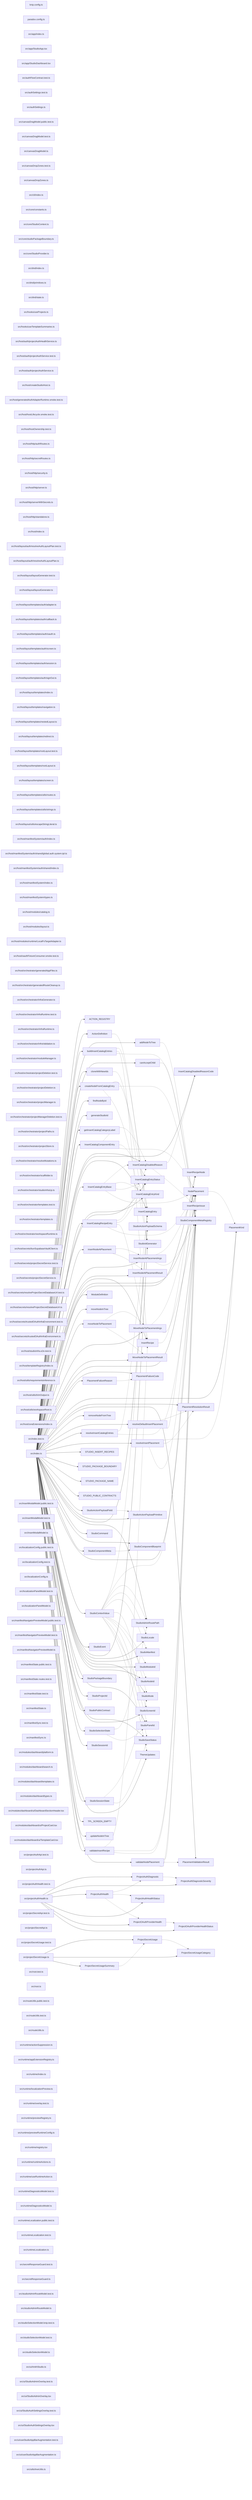
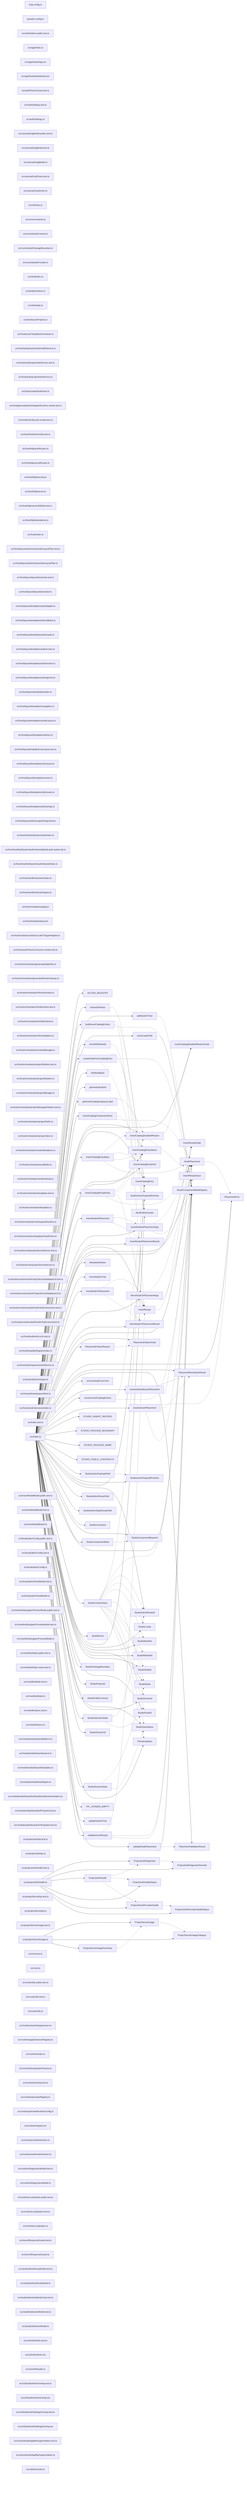
graph LR
  module_knip_config_ts["knip.config.ts"]
  module_paradox_config_ts["paradox.config.ts"]
+   module_src_ankhAdmin_public_test_ts["src/ankhAdmin.public.test.ts"]
  module_src_app_index_ts["src/app/index.ts"]
  module_src_app_StudioApp_tsx["src/app/StudioApp.tsx"]
  module_src_app_StudioDashboard_tsx["src/app/StudioDashboard.tsx"]
  module_src_authFlowContract_test_ts["src/authFlowContract.test.ts"]
  module_src_authSettings_test_ts["src/authSettings.test.ts"]
  module_src_authSettings_ts["src/authSettings.ts"]
  module_src_canvasDragModel_public_test_ts["src/canvasDragModel.public.test.ts"]
  module_src_canvasDragModel_test_ts["src/canvasDragModel.test.ts"]
  module_src_canvasDragModel_ts["src/canvasDragModel.ts"]
  module_src_canvasDropZones_test_ts["src/canvasDropZones.test.ts"]
  module_src_canvasDropZones_ts["src/canvasDropZones.ts"]
  module_src_cli_index_ts["src/cli/index.ts"]
  module_src_core_constants_ts["src/core/constants.ts"]
  module_src_core_StudioContext_ts["src/core/StudioContext.ts"]
  module_src_core_studioPackageBoundary_ts["src/core/studioPackageBoundary.ts"]
  module_src_core_StudioProvider_ts["src/core/StudioProvider.ts"]
  module_src_dnd_index_ts["src/dnd/index.ts"]
  module_src_dnd_primitives_ts["src/dnd/primitives.ts"]
  module_src_dnd_state_ts["src/dnd/state.ts"]
  module_src_hooks_useProjects_ts["src/hooks/useProjects.ts"]
  module_src_hooks_useTemplateSummaries_ts["src/hooks/useTemplateSummaries.ts"]
  module_src_host_auth_projectAuthHealthService_ts["src/host/auth/projectAuthHealthService.ts"]
  module_src_host_auth_projectAuthService_test_ts["src/host/auth/projectAuthService.test.ts"]
  module_src_host_auth_projectAuthService_ts["src/host/auth/projectAuthService.ts"]
  module_src_host_createStudioHost_ts["src/host/createStudioHost.ts"]
  module_src_host_generatedAuthAdapterRuntime_smoke_test_ts["src/host/generatedAuthAdapterRuntime.smoke.test.ts"]
  module_src_host_hostLifecycle_smoke_test_ts["src/host/hostLifecycle.smoke.test.ts"]
  module_src_host_hostOwnership_test_ts["src/host/hostOwnership.test.ts"]
  module_src_host_http_authRoutes_ts["src/host/http/authRoutes.ts"]
  module_src_host_http_secretRoutes_ts["src/host/http/secretRoutes.ts"]
  module_src_host_http_security_ts["src/host/http/security.ts"]
  module_src_host_http_server_ts["src/host/http/server.ts"]
  module_src_host_http_serverWithSecrets_ts["src/host/http/serverWithSecrets.ts"]
  module_src_host_http_standalone_ts["src/host/http/standalone.ts"]
  module_src_host_index_ts["src/host/index.ts"]
  module_src_host_layout_auth_resolveAuthLayoutPlan_test_ts["src/host/layout/auth/resolveAuthLayoutPlan.test.ts"]
  module_src_host_layout_auth_resolveAuthLayoutPlan_ts["src/host/layout/auth/resolveAuthLayoutPlan.ts"]
  module_src_host_layout_layoutGenerator_test_ts["src/host/layout/layoutGenerator.test.ts"]
  module_src_host_layout_layoutGenerator_ts["src/host/layout/layoutGenerator.ts"]
  module_src_host_layout_templates_auth_adapter_ts["src/host/layout/templates/auth/adapter.ts"]
  module_src_host_layout_templates_auth_callback_ts["src/host/layout/templates/auth/callback.ts"]
  module_src_host_layout_templates_auth_oauth_ts["src/host/layout/templates/auth/oauth.ts"]
  module_src_host_layout_templates_auth_screen_ts["src/host/layout/templates/auth/screen.ts"]
  module_src_host_layout_templates_auth_session_ts["src/host/layout/templates/auth/session.ts"]
  module_src_host_layout_templates_auth_signOut_ts["src/host/layout/templates/auth/signOut.ts"]
  module_src_host_layout_templates_index_ts["src/host/layout/templates/index.ts"]
  module_src_host_layout_templates_navigation_ts["src/host/layout/templates/navigation.ts"]
  module_src_host_layout_templates_nestedLayout_ts["src/host/layout/templates/nestedLayout.ts"]
  module_src_host_layout_templates_redirect_ts["src/host/layout/templates/redirect.ts"]
  module_src_host_layout_templates_rootLayout_test_ts["src/host/layout/templates/rootLayout.test.ts"]
  module_src_host_layout_templates_rootLayout_ts["src/host/layout/templates/rootLayout.ts"]
  module_src_host_layout_templates_screen_ts["src/host/layout/templates/screen.ts"]
  module_src_host_layout_templates_utils_routes_ts["src/host/layout/templates/utils/routes.ts"]
  module_src_host_layout_templates_utils_strings_ts["src/host/layout/templates/utils/strings.ts"]
  module_src_host_layout_utils_escapeStringLiteral_ts["src/host/layout/utils/escapeStringLiteral.ts"]
  module_src_host_manifestSystem_auth_index_ts["src/host/manifestSystem/auth/index.ts"]
  module_src_host_manifestSystem_auth_shared_global_auth_system_tpl_ts["src/host/manifestSystem/auth/shared/global.auth.system.tpl.ts"]
  module_src_host_manifestSystem_auth_shared_index_ts["src/host/manifestSystem/auth/shared/index.ts"]
  module_src_host_manifestSystem_index_ts["src/host/manifestSystem/index.ts"]
  module_src_host_manifestSystem_types_ts["src/host/manifestSystem/types.ts"]
  module_src_host_modules_catalog_ts["src/host/modules/catalog.ts"]
  module_src_host_modules_layout_ts["src/host/modules/layout.ts"]
  module_src_host_modules_runtime_LocalFsTargetAdapter_ts["src/host/modules/runtime/LocalFsTargetAdapter.ts"]
  module_src_host_oauthFixtureConsumer_smoke_test_ts["src/host/oauthFixtureConsumer.smoke.test.ts"]
  module_src_host_orchestrator_generatedAppFiles_ts["src/host/orchestrator/generatedAppFiles.ts"]
  module_src_host_orchestrator_generatedRouteCleanup_ts["src/host/orchestrator/generatedRouteCleanup.ts"]
  module_src_host_orchestrator_infraGenerator_ts["src/host/orchestrator/infraGenerator.ts"]
  module_src_host_orchestrator_infraRuntime_test_ts["src/host/orchestrator/infraRuntime.test.ts"]
  module_src_host_orchestrator_infraRuntime_ts["src/host/orchestrator/infraRuntime.ts"]
  module_src_host_orchestrator_infraValidation_ts["src/host/orchestrator/infraValidation.ts"]
  module_src_host_orchestrator_moduleManager_ts["src/host/orchestrator/moduleManager.ts"]
  module_src_host_orchestrator_projectDeletion_test_ts["src/host/orchestrator/projectDeletion.test.ts"]
  module_src_host_orchestrator_projectDeletion_ts["src/host/orchestrator/projectDeletion.ts"]
  module_src_host_orchestrator_projectManager_ts["src/host/orchestrator/projectManager.ts"]
  module_src_host_orchestrator_projectManagerDeletion_test_ts["src/host/orchestrator/projectManagerDeletion.test.ts"]
  module_src_host_orchestrator_projectPaths_ts["src/host/orchestrator/projectPaths.ts"]
  module_src_host_orchestrator_projectStore_ts["src/host/orchestrator/projectStore.ts"]
  module_src_host_orchestrator_resolveMutations_ts["src/host/orchestrator/resolveMutations.ts"]
  module_src_host_orchestrator_scaffolder_ts["src/host/orchestrator/scaffolder.ts"]
  module_src_host_orchestrator_studioInfraUp_ts["src/host/orchestrator/studioInfraUp.ts"]
  module_src_host_orchestrator_templates_test_ts["src/host/orchestrator/templates.test.ts"]
  module_src_host_orchestrator_templates_ts["src/host/orchestrator/templates.ts"]
  module_src_host_orchestrator_workspaceRuntime_ts["src/host/orchestrator/workspaceRuntime.ts"]
  module_src_host_secrets_bunSupabaseVaultClient_ts["src/host/secrets/bunSupabaseVaultClient.ts"]
  module_src_host_secrets_projectSecretService_test_ts["src/host/secrets/projectSecretService.test.ts"]
  module_src_host_secrets_projectSecretService_ts["src/host/secrets/projectSecretService.ts"]
  module_src_host_secrets_resolveProjectSecretDatabaseUrl_test_ts["src/host/secrets/resolveProjectSecretDatabaseUrl.test.ts"]
  module_src_host_secrets_resolveProjectSecretDatabaseUrl_ts["src/host/secrets/resolveProjectSecretDatabaseUrl.ts"]
  module_src_host_secrets_trustedOAuthInfraEnvironment_test_ts["src/host/secrets/trustedOAuthInfraEnvironment.test.ts"]
  module_src_host_secrets_trustedOAuthInfraEnvironment_ts["src/host/secrets/trustedOAuthInfraEnvironment.ts"]
  module_src_host_studioInfra_e2e_test_ts["src/host/studioInfra.e2e.test.ts"]
  module_src_host_templateRegistry_index_ts["src/host/templateRegistry/index.ts"]
  module_src_host_utils_requirementsInference_ts["src/host/utils/requirementsInference.ts"]
  module_src_host_utils_trimOutput_ts["src/host/utils/trimOutput.ts"]
  module_src_host_utils_workspaceRoot_ts["src/host/utils/workspaceRoot.ts"]
  module_src_host_zoraExtensions_index_ts["src/host/zoraExtensions/index.ts"]
  module_src_index_test_ts["src/index.test.ts"]
  module_src_index_ts["src/index.ts"]
  module_src_insertModalModel_public_test_ts["src/insertModalModel.public.test.ts"]
  module_src_insertModalModel_test_ts["src/insertModalModel.test.ts"]
  module_src_insertModalModel_ts["src/insertModalModel.ts"]
  module_src_localizationConfig_public_test_ts["src/localizationConfig.public.test.ts"]
  module_src_localizationConfig_test_ts["src/localizationConfig.test.ts"]
  module_src_localizationConfig_ts["src/localizationConfig.ts"]
  module_src_localizationPanelModel_test_ts["src/localizationPanelModel.test.ts"]
  module_src_localizationPanelModel_ts["src/localizationPanelModel.ts"]
  module_src_manifestNavigatorPreviewModel_public_test_ts["src/manifestNavigatorPreviewModel.public.test.ts"]
  module_src_manifestNavigatorPreviewModel_test_ts["src/manifestNavigatorPreviewModel.test.ts"]
  module_src_manifestNavigatorPreviewModel_ts["src/manifestNavigatorPreviewModel.ts"]
  module_src_manifestState_public_test_ts["src/manifestState.public.test.ts"]
  module_src_manifestState_routes_test_ts["src/manifestState.routes.test.ts"]
  module_src_manifestState_test_ts["src/manifestState.test.ts"]
  module_src_manifestState_ts["src/manifestState.ts"]
  module_src_manifestSync_test_ts["src/manifestSync.test.ts"]
  module_src_manifestSync_ts["src/manifestSync.ts"]
  module_src_modules_dashboard_platform_ts["src/modules/dashboard/platform.ts"]
  module_src_modules_dashboard_search_ts["src/modules/dashboard/search.ts"]
  module_src_modules_dashboard_templates_ts["src/modules/dashboard/templates.ts"]
  module_src_modules_dashboard_types_ts["src/modules/dashboard/types.ts"]
  module_src_modules_dashboard_ui_DashboardSectionHeader_tsx["src/modules/dashboard/ui/DashboardSectionHeader.tsx"]
  module_src_modules_dashboard_ui_ProjectCard_tsx["src/modules/dashboard/ui/ProjectCard.tsx"]
  module_src_modules_dashboard_ui_TemplateCard_tsx["src/modules/dashboard/ui/TemplateCard.tsx"]
  module_src_projectAuthApi_test_ts["src/projectAuthApi.test.ts"]
  module_src_projectAuthApi_ts["src/projectAuthApi.ts"]
  module_src_projectAuthHealth_test_ts["src/projectAuthHealth.test.ts"]
  module_src_projectAuthHealth_ts["src/projectAuthHealth.ts"]
  module_src_projectSecretApi_test_ts["src/projectSecretApi.test.ts"]
  module_src_projectSecretApi_ts["src/projectSecretApi.ts"]
  module_src_projectSecretUsage_test_ts["src/projectSecretUsage.test.ts"]
  module_src_projectSecretUsage_ts["src/projectSecretUsage.ts"]
  module_src_root_test_ts["src/root.test.ts"]
  module_src_root_ts["src/root.ts"]
  module_src_routeUtils_public_test_ts["src/routeUtils.public.test.ts"]
  module_src_routeUtils_test_ts["src/routeUtils.test.ts"]
  module_src_routeUtils_ts["src/routeUtils.ts"]
  module_src_runtime_actionSuppression_ts["src/runtime/actionSuppression.ts"]
  module_src_runtime_appExtensionRegistry_ts["src/runtime/appExtensionRegistry.ts"]
  module_src_runtime_index_ts["src/runtime/index.ts"]
  module_src_runtime_localizationPreview_ts["src/runtime/localizationPreview.ts"]
  module_src_runtime_overlay_test_ts["src/runtime/overlay.test.ts"]
  module_src_runtime_previewRegistry_ts["src/runtime/previewRegistry.ts"]
  module_src_runtime_previewRuntimeConfig_ts["src/runtime/previewRuntimeConfig.ts"]
  module_src_runtime_registry_tsx["src/runtime/registry.tsx"]
  module_src_runtime_runtimeActions_ts["src/runtime/runtimeActions.ts"]
  module_src_runtime_useRuntimeAction_ts["src/runtime/useRuntimeAction.ts"]
  module_src_runtimeDiagnosticsModel_test_ts["src/runtimeDiagnosticsModel.test.ts"]
  module_src_runtimeDiagnosticsModel_ts["src/runtimeDiagnosticsModel.ts"]
  module_src_runtimeLocalization_public_test_ts["src/runtimeLocalization.public.test.ts"]
  module_src_runtimeLocalization_test_ts["src/runtimeLocalization.test.ts"]
  module_src_runtimeLocalization_ts["src/runtimeLocalization.ts"]
  module_src_secretResponseGuard_test_ts["src/secretResponseGuard.test.ts"]
  module_src_secretResponseGuard_ts["src/secretResponseGuard.ts"]
  module_src_studioAdminRouteModel_test_ts["src/studioAdminRouteModel.test.ts"]
  module_src_studioAdminRouteModel_ts["src/studioAdminRouteModel.ts"]
  module_src_studioSelectionModel_knip_test_ts["src/studioSelectionModel.knip.test.ts"]
  module_src_studioSelectionModel_test_ts["src/studioSelectionModel.test.ts"]
  module_src_studioSelectionModel_ts["src/studioSelectionModel.ts"]
+   module_src_ui_AnkhAdmin_test_ts["src/ui/AnkhAdmin.test.ts"]
+   module_src_ui_AnkhAdmin_tsx["src/ui/AnkhAdmin.tsx"]
  module_src_ui_AnkhStudio_ts["src/ui/AnkhStudio.ts"]
  module_src_ui_StudioAdminOverlay_test_ts["src/ui/StudioAdminOverlay.test.ts"]
  module_src_ui_StudioAdminOverlay_tsx["src/ui/StudioAdminOverlay.tsx"]
  module_src_ui_StudioAuthSettingsOverlay_test_ts["src/ui/StudioAuthSettingsOverlay.test.ts"]
  module_src_ui_StudioAuthSettingsOverlay_tsx["src/ui/StudioAuthSettingsOverlay.tsx"]
  module_src_ui_useStudioAppBarAugmentation_test_ts["src/ui/useStudioAppBarAugmentation.test.ts"]
  module_src_ui_useStudioAppBarAugmentation_ts["src/ui/useStudioAppBarAugmentation.ts"]
  module_src_utils_treeUtils_ts["src/utils/treeUtils.ts"]
  export_ACTION_REGISTRY["ACTION_REGISTRY"]
  module_src_index_ts --> export_ACTION_REGISTRY
  export_ActionDefinition["ActionDefinition"]
  module_src_index_ts --> export_ActionDefinition
  export_ActionDefinition -.-> export_StudioActionPayloadSchema
  export_addNodeToTree["addNodeToTree"]
  module_src_index_ts --> export_addNodeToTree
  export_addNodeToTree -.-> export_StudioComponentMetaRegistry
  export_buildInsertCatalogEntries["buildInsertCatalogEntries"]
  module_src_index_ts --> export_buildInsertCatalogEntries
  export_buildInsertCatalogEntries -.-> export_InsertCatalogEntry
  export_buildInsertCatalogEntries -.-> export_InsertRecipe
  export_buildInsertCatalogEntries -.-> export_StudioComponentMetaRegistry
  export_canAcceptChild["canAcceptChild"]
  module_src_index_ts --> export_canAcceptChild
  export_canAcceptChild -.-> export_StudioComponentMetaRegistry
  export_cloneWithNewIds["cloneWithNewIds"]
  module_src_index_ts --> export_cloneWithNewIds
  export_cloneWithNewIds -.-> export_StudioIdGenerator
  export_createNodeFromCatalogEntry["createNodeFromCatalogEntry"]
  module_src_index_ts --> export_createNodeFromCatalogEntry
  export_createNodeFromCatalogEntry -.-> export_InsertCatalogEntry
  export_createNodeFromCatalogEntry -.-> export_StudioComponentMetaRegistry
  export_createNodeFromCatalogEntry -.-> export_StudioIdGenerator
  export_findNodeById["findNodeById"]
  module_src_index_ts --> export_findNodeById
  export_generateStudioId["generateStudioId"]
  module_src_index_ts --> export_generateStudioId
  export_getInsertCatalogCategoryLabel["getInsertCatalogCategoryLabel"]
  module_src_index_ts --> export_getInsertCatalogCategoryLabel
  export_InsertCatalogComponentEntry["InsertCatalogComponentEntry"]
  module_src_index_ts --> export_InsertCatalogComponentEntry
  export_InsertCatalogComponentEntry -.-> export_InsertCatalogDisabledReason
  export_InsertCatalogComponentEntry -.-> export_InsertCatalogEntryStatus
  export_InsertCatalogComponentEntry -.-> export_NodePlacement
  export_InsertCatalogDisabledReason["InsertCatalogDisabledReason"]
  module_src_index_ts --> export_InsertCatalogDisabledReason
  export_InsertCatalogDisabledReason -.-> export_InsertCatalogDisabledReasonCode
  export_InsertCatalogDisabledReason -.-> export_InsertRecipeIssue
  export_InsertCatalogDisabledReasonCode["InsertCatalogDisabledReasonCode"]
  module_src_index_ts --> export_InsertCatalogDisabledReasonCode
  export_InsertCatalogEntry["InsertCatalogEntry"]
  module_src_index_ts --> export_InsertCatalogEntry
  export_InsertCatalogEntryBase["InsertCatalogEntryBase"]
  module_src_index_ts --> export_InsertCatalogEntryBase
  export_InsertCatalogEntryBase -.-> export_InsertCatalogDisabledReason
  export_InsertCatalogEntryBase -.-> export_InsertCatalogEntryKind
  export_InsertCatalogEntryBase -.-> export_InsertCatalogEntryStatus
  export_InsertCatalogEntryBase -.-> export_NodePlacement
  export_InsertCatalogEntryKind["InsertCatalogEntryKind"]
  module_src_index_ts --> export_InsertCatalogEntryKind
  export_InsertCatalogEntryStatus["InsertCatalogEntryStatus"]
  module_src_index_ts --> export_InsertCatalogEntryStatus
  export_InsertCatalogRecipeEntry["InsertCatalogRecipeEntry"]
  module_src_index_ts --> export_InsertCatalogRecipeEntry
  export_InsertCatalogRecipeEntry -.-> export_InsertCatalogDisabledReason
  export_InsertCatalogRecipeEntry -.-> export_InsertCatalogEntryStatus
  export_InsertCatalogRecipeEntry -.-> export_InsertRecipe
  export_InsertCatalogRecipeEntry -.-> export_NodePlacement
  export_insertNodeAtPlacement["insertNodeAtPlacement"]
  module_src_index_ts --> export_insertNodeAtPlacement
  export_insertNodeAtPlacement -.-> export_InsertNodeAtPlacementArgs
  export_insertNodeAtPlacement -.-> export_InsertNodeAtPlacementResult
  export_InsertNodeAtPlacementArgs["InsertNodeAtPlacementArgs"]
  module_src_index_ts --> export_InsertNodeAtPlacementArgs
  export_InsertNodeAtPlacementArgs -.-> export_NodePlacement
  export_InsertNodeAtPlacementArgs -.-> export_StudioComponentMetaRegistry
  export_InsertNodeAtPlacementResult["InsertNodeAtPlacementResult"]
  module_src_index_ts --> export_InsertNodeAtPlacementResult
  export_InsertRecipe["InsertRecipe"]
  module_src_index_ts --> export_InsertRecipe
  export_InsertRecipe -.-> export_InsertRecipeNode
  export_InsertRecipeIssue["InsertRecipeIssue"]
  module_src_index_ts --> export_InsertRecipeIssue
  export_InsertRecipeNode["InsertRecipeNode"]
  module_src_index_ts --> export_InsertRecipeNode
  export_ModuleDefinition["ModuleDefinition"]
  module_src_index_ts --> export_ModuleDefinition
  export_moveNodeInTree["moveNodeInTree"]
  module_src_index_ts --> export_moveNodeInTree
  export_moveNodeToPlacement["moveNodeToPlacement"]
  module_src_index_ts --> export_moveNodeToPlacement
  export_moveNodeToPlacement -.-> export_MoveNodeToPlacementArgs
  export_moveNodeToPlacement -.-> export_MoveNodeToPlacementResult
  export_MoveNodeToPlacementArgs["MoveNodeToPlacementArgs"]
  module_src_index_ts --> export_MoveNodeToPlacementArgs
  export_MoveNodeToPlacementArgs -.-> export_NodePlacement
  export_MoveNodeToPlacementArgs -.-> export_StudioComponentMetaRegistry
  export_MoveNodeToPlacementResult["MoveNodeToPlacementResult"]
  module_src_index_ts --> export_MoveNodeToPlacementResult
  export_NodePlacement["NodePlacement"]
  module_src_index_ts --> export_NodePlacement
  export_NodePlacement -.-> export_PlacementKind
  export_PlacementFailureCode["PlacementFailureCode"]
  module_src_index_ts --> export_PlacementFailureCode
  export_PlacementFailureReason["PlacementFailureReason"]
  module_src_index_ts --> export_PlacementFailureReason
  export_PlacementFailureReason -.-> export_PlacementFailureCode
  export_PlacementKind["PlacementKind"]
  module_src_index_ts --> export_PlacementKind
  export_PlacementResolutionResult["PlacementResolutionResult"]
  module_src_index_ts --> export_PlacementResolutionResult
  export_PlacementValidationResult["PlacementValidationResult"]
  module_src_index_ts --> export_PlacementValidationResult
  export_ProjectAuthDiagnostic["ProjectAuthDiagnostic"]
  module_src_projectAuthHealth_ts --> export_ProjectAuthDiagnostic
  export_ProjectAuthDiagnostic -.-> export_ProjectAuthDiagnosticSeverity
  export_ProjectAuthDiagnosticSeverity["ProjectAuthDiagnosticSeverity"]
  module_src_projectAuthHealth_ts --> export_ProjectAuthDiagnosticSeverity
  export_ProjectAuthHealth["ProjectAuthHealth"]
  module_src_projectAuthHealth_ts --> export_ProjectAuthHealth
  export_ProjectAuthHealth -.-> export_ProjectAuthDiagnostic
  export_ProjectAuthHealth -.-> export_ProjectAuthHealthStatus
  export_ProjectAuthHealth -.-> export_ProjectOAuthProviderHealth
  export_ProjectAuthHealthStatus["ProjectAuthHealthStatus"]
  module_src_projectAuthHealth_ts --> export_ProjectAuthHealthStatus
  export_ProjectOAuthProviderHealth["ProjectOAuthProviderHealth"]
  module_src_projectAuthHealth_ts --> export_ProjectOAuthProviderHealth
  export_ProjectOAuthProviderHealth -.-> export_ProjectOAuthProviderHealthStatus
  export_ProjectOAuthProviderHealthStatus["ProjectOAuthProviderHealthStatus"]
  module_src_projectAuthHealth_ts --> export_ProjectOAuthProviderHealthStatus
  export_ProjectSecretUsage["ProjectSecretUsage"]
  module_src_projectSecretUsage_ts --> export_ProjectSecretUsage
  export_ProjectSecretUsage -.-> export_ProjectSecretUsageCategory
  export_ProjectSecretUsageCategory["ProjectSecretUsageCategory"]
  module_src_projectSecretUsage_ts --> export_ProjectSecretUsageCategory
  export_ProjectSecretUsageSummary["ProjectSecretUsageSummary"]
  module_src_projectSecretUsage_ts --> export_ProjectSecretUsageSummary
  export_ProjectSecretUsageSummary -.-> export_ProjectSecretUsage
  export_removeNodeFromTree["removeNodeFromTree"]
  module_src_index_ts --> export_removeNodeFromTree
  export_resolveDefaultInsertPlacement["resolveDefaultInsertPlacement"]
  module_src_index_ts --> export_resolveDefaultInsertPlacement
  export_resolveDefaultInsertPlacement -.-> export_PlacementResolutionResult
  export_resolveDefaultInsertPlacement -.-> export_StudioComponentMetaRegistry
  export_resolveInsertCatalogEntries["resolveInsertCatalogEntries"]
  module_src_index_ts --> export_resolveInsertCatalogEntries
  export_resolveInsertCatalogEntries -.-> export_InsertCatalogEntry
  export_resolveInsertCatalogEntries -.-> export_StudioComponentMetaRegistry
  export_resolveInsertPlacement["resolveInsertPlacement"]
  module_src_index_ts --> export_resolveInsertPlacement
  export_resolveInsertPlacement -.-> export_PlacementKind
  export_resolveInsertPlacement -.-> export_PlacementResolutionResult
  export_resolveInsertPlacement -.-> export_StudioComponentMetaRegistry
  export_STUDIO_INSERT_RECIPES["STUDIO_INSERT_RECIPES"]
  module_src_index_ts --> export_STUDIO_INSERT_RECIPES
  export_STUDIO_PACKAGE_BOUNDARY["STUDIO_PACKAGE_BOUNDARY"]
  module_src_index_ts --> export_STUDIO_PACKAGE_BOUNDARY
  export_STUDIO_PACKAGE_NAME["STUDIO_PACKAGE_NAME"]
  module_src_index_ts --> export_STUDIO_PACKAGE_NAME
  export_STUDIO_PUBLIC_CONTRACTS["STUDIO_PUBLIC_CONTRACTS"]
  module_src_index_ts --> export_STUDIO_PUBLIC_CONTRACTS
  export_StudioActionPayloadField["StudioActionPayloadField"]
  module_src_index_ts --> export_StudioActionPayloadField
  export_StudioActionPayloadField -.-> export_StudioActionPayloadPrimitive
  export_StudioActionPayloadPrimitive["StudioActionPayloadPrimitive"]
  module_src_index_ts --> export_StudioActionPayloadPrimitive
  export_StudioActionPayloadSchema["StudioActionPayloadSchema"]
  module_src_index_ts --> export_StudioActionPayloadSchema
+   export_StudioAdminRouteId["StudioAdminRouteId"]
+   module_src_index_ts --> export_StudioAdminRouteId
  export_StudioAdminRoutePath["StudioAdminRoutePath"]
  module_src_index_ts --> export_StudioAdminRoutePath
+   export_StudioAdminStaticRoutePath["StudioAdminStaticRoutePath"]
+   module_src_index_ts --> export_StudioAdminStaticRoutePath
  export_StudioCommand["StudioCommand"]
  module_src_index_ts --> export_StudioCommand
  export_StudioComponentBlueprint["StudioComponentBlueprint"]
  module_src_index_ts --> export_StudioComponentBlueprint
  export_StudioComponentMeta["StudioComponentMeta"]
  module_src_index_ts --> export_StudioComponentMeta
  export_StudioComponentMeta -.-> export_StudioComponentBlueprint
  export_StudioComponentMetaRegistry["StudioComponentMetaRegistry"]
  module_src_index_ts --> export_StudioComponentMetaRegistry
  export_StudioContextValue["StudioContextValue"]
  module_src_index_ts --> export_StudioContextValue
  export_StudioContextValue -.-> export_InsertCatalogEntry
  export_StudioContextValue -.-> export_NodePlacement
-   export_StudioContextValue -.-> export_StudioAdminRoutePath
+   export_StudioContextValue -.-> export_StudioAdminRouteId
  export_StudioContextValue -.-> export_StudioLocale
  export_StudioContextValue -.-> export_StudioManifest
  export_StudioContextValue -.-> export_StudioMode
  export_StudioContextValue -.-> export_StudioModuleId
  export_StudioContextValue -.-> export_StudioNodeId
  export_StudioContextValue -.-> export_StudioPanelId
  export_StudioContextValue -.-> export_StudioSaveStatus
  export_StudioContextValue -.-> export_StudioScreenId
  export_StudioContextValue -.-> export_ThemeUpdates
  export_StudioEvent["StudioEvent"]
  module_src_index_ts --> export_StudioEvent
  export_StudioIdGenerator["StudioIdGenerator"]
  module_src_index_ts --> export_StudioIdGenerator
  export_StudioLocale["StudioLocale"]
  module_src_index_ts --> export_StudioLocale
  export_StudioManifest["StudioManifest"]
  module_src_index_ts --> export_StudioManifest
  export_StudioMode["StudioMode"]
  module_src_index_ts --> export_StudioMode
  export_StudioModuleId["StudioModuleId"]
  module_src_index_ts --> export_StudioModuleId
  export_StudioNodeId["StudioNodeId"]
  module_src_index_ts --> export_StudioNodeId
  export_StudioPackageBoundary["StudioPackageBoundary"]
  module_src_index_ts --> export_StudioPackageBoundary
  export_StudioPanelId["StudioPanelId"]
  module_src_index_ts --> export_StudioPanelId
  export_StudioProjectId["StudioProjectId"]
  module_src_index_ts --> export_StudioProjectId
  export_StudioPublicContract["StudioPublicContract"]
  module_src_index_ts --> export_StudioPublicContract
  export_StudioSaveStatus["StudioSaveStatus"]
  module_src_index_ts --> export_StudioSaveStatus
  export_StudioScreenId["StudioScreenId"]
  module_src_index_ts --> export_StudioScreenId
  export_StudioSelectionState["StudioSelectionState"]
  module_src_index_ts --> export_StudioSelectionState
-   export_StudioSelectionState -.-> export_StudioAdminRoutePath
+   export_StudioSelectionState -.-> export_StudioAdminRouteId
  export_StudioSelectionState -.-> export_StudioPanelId
  export_StudioSessionId["StudioSessionId"]
  module_src_index_ts --> export_StudioSessionId
  export_StudioSessionState["StudioSessionState"]
  module_src_index_ts --> export_StudioSessionState
  export_StudioSessionState -.-> export_StudioMode
  export_StudioSessionState -.-> export_StudioSaveStatus
  export_ThemeUpdates["ThemeUpdates"]
  module_src_index_ts --> export_ThemeUpdates
  export_TPL_SCREEN_EMPTY["TPL_SCREEN_EMPTY"]
  module_src_index_ts --> export_TPL_SCREEN_EMPTY
  export_updateNodeInTree["updateNodeInTree"]
  module_src_index_ts --> export_updateNodeInTree
  export_validateInsertRecipe["validateInsertRecipe"]
  module_src_index_ts --> export_validateInsertRecipe
  export_validateInsertRecipe -.-> export_InsertRecipe
  export_validateInsertRecipe -.-> export_InsertRecipeIssue
  export_validateInsertRecipe -.-> export_StudioComponentMetaRegistry
  export_validateNodePlacement["validateNodePlacement"]
  module_src_index_ts --> export_validateNodePlacement
  export_validateNodePlacement -.-> export_NodePlacement
  export_validateNodePlacement -.-> export_PlacementValidationResult
  export_validateNodePlacement -.-> export_StudioComponentMetaRegistry
